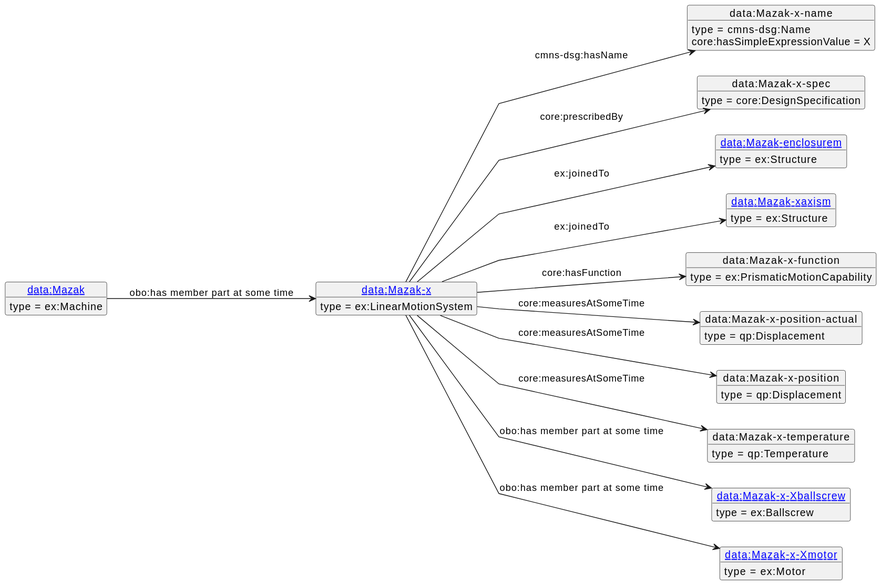
This is diagrams/Mazak-x.svg from iofoundry/example-syseng-mtconnect, a PlantUML export, as it was before one commit.
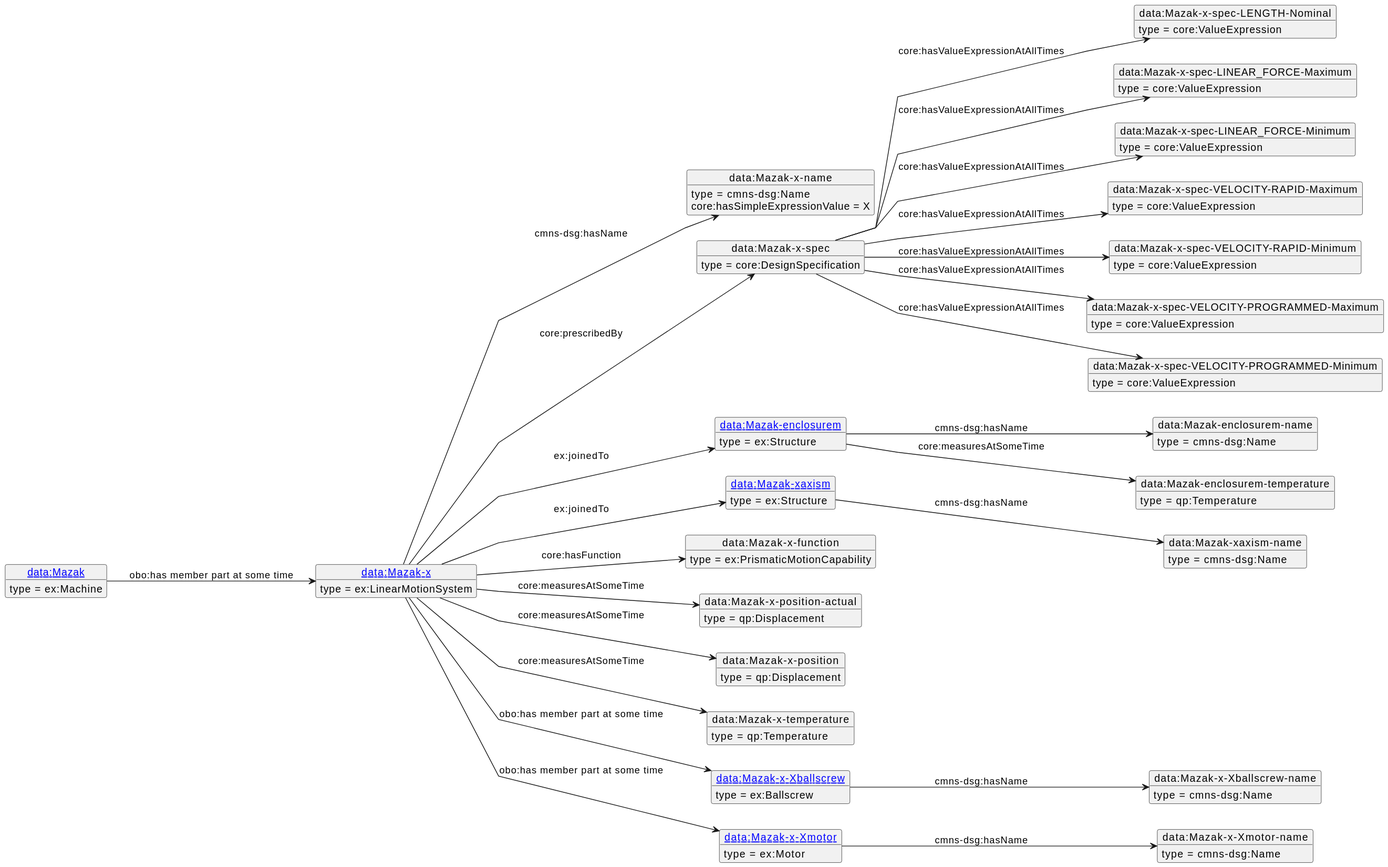
The same diagram one commit later.

Change to the diagram source:
```diff
@@ -10,43 +10,91 @@
 object "data:Mazak-x-spec" as o3 {
  type = core:DesignSpecification
  }
-object "[[./Mazak-enclosurem.html data:Mazak-enclosurem]]" as o4 {
+object "data:Mazak-x-spec-LENGTH-Nominal" as o4 {
+ type = core:ValueExpression
+ }
+object "data:Mazak-x-spec-LINEAR_FORCE-Maximum" as o5 {
+ type = core:ValueExpression
+ }
+object "data:Mazak-x-spec-LINEAR_FORCE-Minimum" as o6 {
+ type = core:ValueExpression
+ }
+object "data:Mazak-x-spec-VELOCITY-RAPID-Maximum" as o7 {
+ type = core:ValueExpression
+ }
+object "data:Mazak-x-spec-VELOCITY-RAPID-Minimum" as o8 {
+ type = core:ValueExpression
+ }
+object "data:Mazak-x-spec-VELOCITY-PROGRAMMED-Maximum" as o9 {
+ type = core:ValueExpression
+ }
+object "data:Mazak-x-spec-VELOCITY-PROGRAMMED-Minimum" as o10 {
+ type = core:ValueExpression
+ }
+object "[[./Mazak-enclosurem.html data:Mazak-enclosurem]]" as o11 {
  type = ex:Structure
  }
-object "[[./Mazak-xaxism.html data:Mazak-xaxism]]" as o5 {
+object "data:Mazak-enclosurem-name" as o12 {
+ type = cmns-dsg:Name
+ }
+object "data:Mazak-enclosurem-temperature" as o13 {
+ type = qp:Temperature
+ }
+object "[[./Mazak-xaxism.html data:Mazak-xaxism]]" as o14 {
  type = ex:Structure
  }
-object "data:Mazak-x-function" as o6 {
+object "data:Mazak-xaxism-name" as o15 {
+ type = cmns-dsg:Name
+ }
+object "data:Mazak-x-function" as o16 {
  type = ex:PrismaticMotionCapability
  }
-object "data:Mazak-x-position-actual" as o7 {
+object "data:Mazak-x-position-actual" as o17 {
  type = qp:Displacement
  }
-object "data:Mazak-x-position" as o8 {
+object "data:Mazak-x-position" as o18 {
  type = qp:Displacement
  }
-object "data:Mazak-x-temperature" as o9 {
+object "data:Mazak-x-temperature" as o19 {
  type = qp:Temperature
  }
-object "[[./Mazak-x-Xballscrew.html data:Mazak-x-Xballscrew]]" as o10 {
+object "[[./Mazak-x-Xballscrew.html data:Mazak-x-Xballscrew]]" as o20 {
  type = ex:Ballscrew
  }
-object "[[./Mazak-x-Xmotor.html data:Mazak-x-Xmotor]]" as o11 {
+object "data:Mazak-x-Xballscrew-name" as o21 {
+ type = cmns-dsg:Name
+ }
+object "[[./Mazak-x-Xmotor.html data:Mazak-x-Xmotor]]" as o22 {
  type = ex:Motor
  }
-object "[[./Mazak.html data:Mazak]]" as o12 {
+object "data:Mazak-x-Xmotor-name" as o23 {
+ type = cmns-dsg:Name
+ }
+object "[[./Mazak.html data:Mazak]]" as o24 {
  type = ex:Machine
  }
 o1 --> o2 : cmns-dsg:hasName
 o2 : core:hasSimpleExpressionValue = X
 o1 --> o3 : core:prescribedBy
-o1 --> o4 : ex:joinedTo
-o1 --> o5 : ex:joinedTo
-o1 --> o6 : core:hasFunction
-o1 --> o7 : core:measuresAtSomeTime
-o1 --> o8 : core:measuresAtSomeTime
-o1 --> o9 : core:measuresAtSomeTime
-o1 --> o10 : obo:has member part at some time
-o1 --> o11 : obo:has member part at some time
-o12 --> o1 : obo:has member part at some time
+o3 --> o4 : core:hasValueExpressionAtAllTimes
+o3 --> o5 : core:hasValueExpressionAtAllTimes
+o3 --> o6 : core:hasValueExpressionAtAllTimes
+o3 --> o7 : core:hasValueExpressionAtAllTimes
+o3 --> o8 : core:hasValueExpressionAtAllTimes
+o3 --> o9 : core:hasValueExpressionAtAllTimes
+o3 --> o10 : core:hasValueExpressionAtAllTimes
+o1 --> o11 : ex:joinedTo
+o11 --> o12 : cmns-dsg:hasName
+o11 --> o13 : core:measuresAtSomeTime
+o1 --> o14 : ex:joinedTo
+o14 --> o15 : cmns-dsg:hasName
+o1 --> o16 : core:hasFunction
+o1 --> o17 : core:measuresAtSomeTime
+o1 --> o18 : core:measuresAtSomeTime
+o1 --> o19 : core:measuresAtSomeTime
+o1 --> o20 : obo:has member part at some time
+o20 --> o21 : cmns-dsg:hasName
+o1 --> o22 : obo:has member part at some time
+o22 --> o23 : cmns-dsg:hasName
+o24 --> o1 : obo:has member part at some time
 @enduml
```
